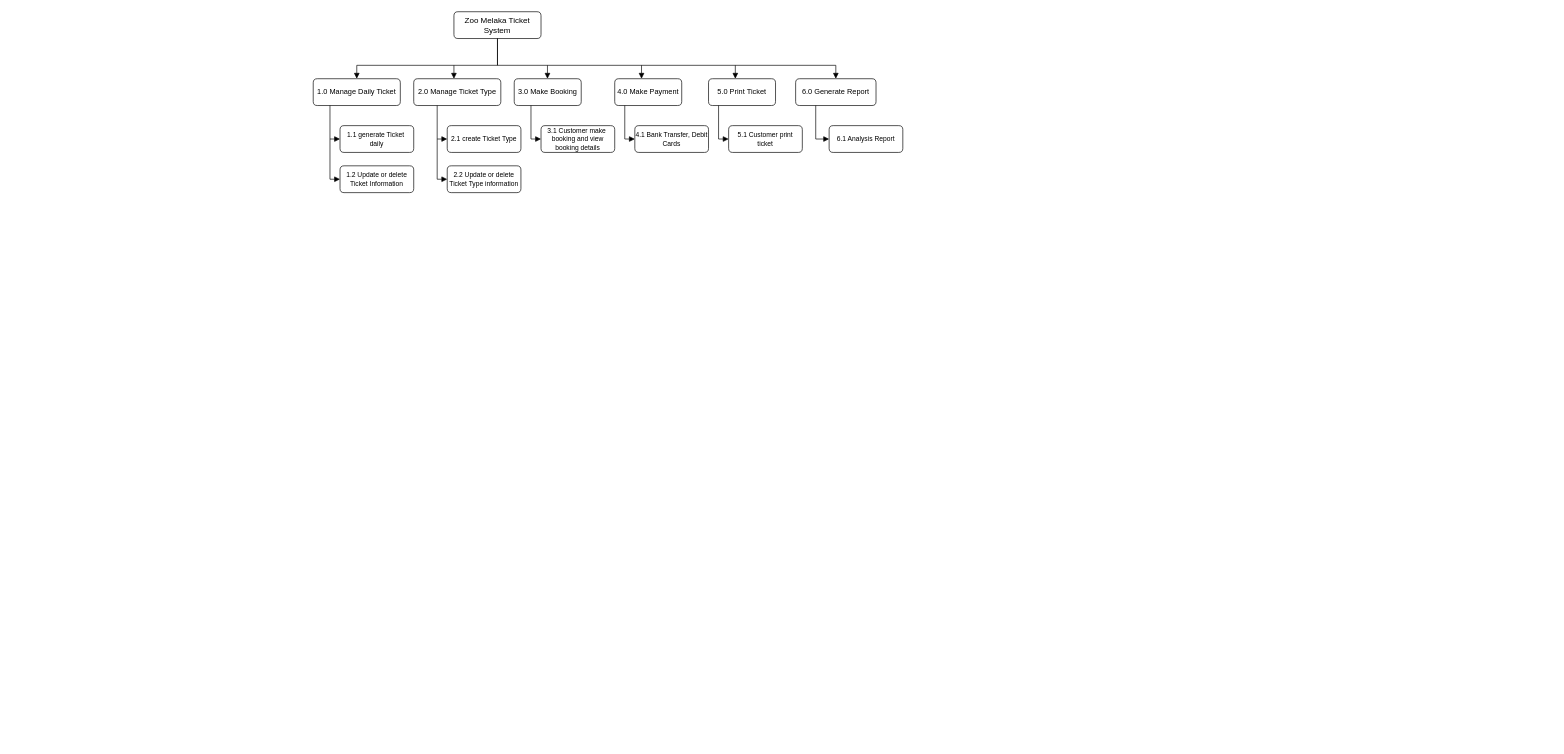
Above: dfdl0.drawio in nurezzajeslin/Exercise-1 (draw.io), before the change. Source tidied: cells renumbered, new cells numbered last; positions are measured from the earlier drawing's top-left corner, leaving out a move shared by most shapes. Both pictures are drawn from the tidied source at 67%, with x=0, y=0 at pixel (313, 11).
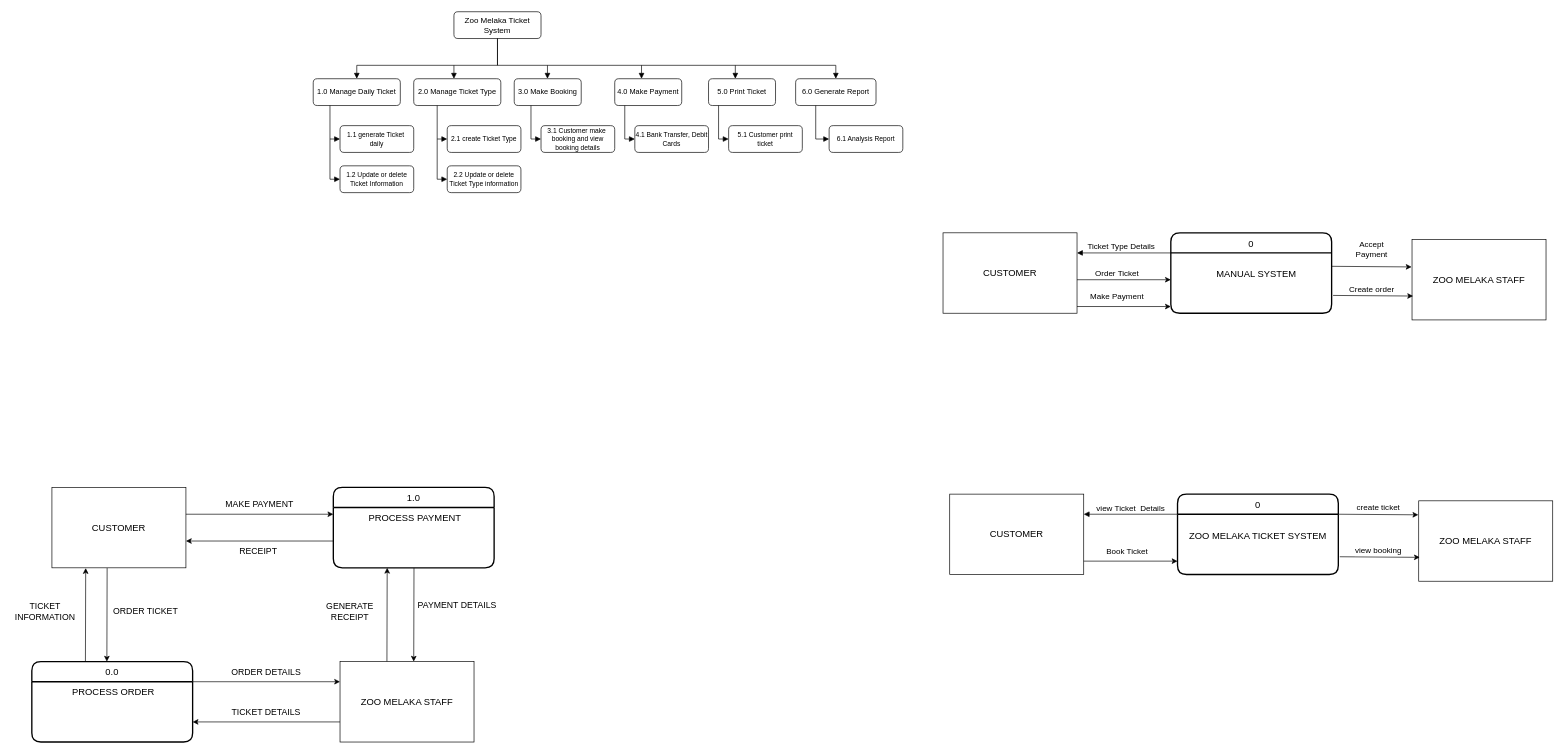
The same page after the edit.

What changed in the source:
```diff
@@
+    <mxCell id="31" value="0" style="swimlane;horizontal=1;startSize=30;rounded=1;fontSize=14;fontStyle=0;strokeWidth=2;shadow=0;dashed=0;align=center;labelBackgroundColor=#FFFFFF;" parent="1" vertex="1">
+      <mxGeometry x="1280" y="330" width="240" height="120" as="geometry" />
+    </mxCell>
+    <mxCell id="32" value="&#10;                MANUAL SYSTEM " style="align=left;strokeColor=none;fillColor=none;spacingLeft=4;fontSize=14;verticalAlign=top;rounded=1;labelBackgroundColor=#FFFFFF;" parent="31" vertex="1">
+      <mxGeometry y="30" width="240" height="90" as="geometry" />
+    </mxCell>
+    <mxCell id="33" value="CUSTOMER" style="rounded=0;whiteSpace=wrap;html=1;labelBackgroundColor=#FFFFFF;fontSize=14;" parent="1" vertex="1">
+      <mxGeometry x="940" y="330" width="200" height="120" as="geometry" />
+    </mxCell>
+    <mxCell id="34" value="ZOO MELAKA STAFF" style="rounded=0;whiteSpace=wrap;html=1;labelBackgroundColor=#FFFFFF;fontSize=14;" parent="1" vertex="1">
+      <mxGeometry x="1640" y="340" width="200" height="120" as="geometry" />
+    </mxCell>
+    <mxCell id="35" style="endArrow=classic;html=1;rounded=0;fontSize=14;entryX=0.008;entryY=0.703;entryDx=0;entryDy=0;entryPerimeter=0;exitX=1.009;exitY=0.705;exitDx=0;exitDy=0;exitPerimeter=0;" parent="1" edge="1" source="32" target="34">
+      <mxGeometry relative="1" as="geometry" />
+    </mxCell>
+    <mxCell id="36" value="&lt;font style=&quot;font-size: 12px&quot;&gt;Order Ticket&lt;/font&gt;" style="text;html=1;strokeColor=none;fillColor=none;align=center;verticalAlign=middle;whiteSpace=wrap;rounded=0;labelBackgroundColor=#FFFFFF;fontSize=14;" parent="1" vertex="1">
+      <mxGeometry x="1150" y="385" width="100" height="10" as="geometry" />
+    </mxCell>
+    <mxCell id="37" value="Ticket Type Details" style="text;strokeColor=none;fillColor=none;align=left;verticalAlign=middle;spacingLeft=4;spacingRight=4;overflow=hidden;rounded=1;labelBackgroundColor=#FFFFFF;fontSize=12;" parent="1" vertex="1">
+      <mxGeometry x="1150" y="340" width="120" height="20" as="geometry" />
+    </mxCell>
+    <mxCell id="38" style="endArrow=classic;html=1;rounded=0;fontSize=14;entryX=0;entryY=0.889;entryDx=0;entryDy=0;entryPerimeter=0;" parent="1" edge="1" target="32">
+      <mxGeometry relative="1" as="geometry">
+        <mxPoint x="1140" y="440" as="sourcePoint" />
+      </mxGeometry>
+    </mxCell>
+    <mxCell id="39" style="endArrow=classic;html=1;rounded=0;fontSize=14;entryX=0;entryY=0.611;entryDx=0;entryDy=0;entryPerimeter=0;" parent="1" edge="1">
+      <mxGeometry relative="1" as="geometry">
+        <mxPoint x="1140" y="400" as="sourcePoint" />
+        <mxPoint x="1280" y="400" as="targetPoint" />
+      </mxGeometry>
+    </mxCell>
+    <mxCell id="40" style="endArrow=none;html=1;rounded=0;fontSize=14;entryX=0;entryY=0.611;entryDx=0;entryDy=0;entryPerimeter=0;endFill=0;startArrow=block;startFill=1;" parent="1" edge="1">
+      <mxGeometry relative="1" as="geometry">
+        <mxPoint x="1140" y="360" as="sourcePoint" />
+        <mxPoint x="1280" y="360" as="targetPoint" />
+      </mxGeometry>
+    </mxCell>
+    <mxCell id="41" value="&lt;font style=&quot;font-size: 12px&quot;&gt;Make Payment&lt;/font&gt;" style="text;html=1;strokeColor=none;fillColor=none;align=center;verticalAlign=middle;whiteSpace=wrap;rounded=0;labelBackgroundColor=#FFFFFF;fontSize=14;" parent="1" vertex="1">
+      <mxGeometry x="1150" y="420" width="100" height="10" as="geometry" />
+    </mxCell>
+    <mxCell id="42" value="Create order" style="text;html=1;strokeColor=none;fillColor=none;align=center;verticalAlign=middle;whiteSpace=wrap;rounded=0;labelBackgroundColor=#FFFFFF;fontSize=12;" parent="1" vertex="1">
+      <mxGeometry x="1540" y="400" width="80" height="30" as="geometry" />
+    </mxCell>
+    <mxCell id="43" value="Accept Payment" style="text;html=1;strokeColor=none;fillColor=none;align=center;verticalAlign=middle;whiteSpace=wrap;rounded=0;labelBackgroundColor=#FFFFFF;fontSize=12;" parent="1" vertex="1">
+      <mxGeometry x="1540" y="340" width="80" height="30" as="geometry" />
+    </mxCell>
+    <mxCell id="44" style="endArrow=classic;html=1;rounded=0;fontSize=14;entryX=0.008;entryY=0.703;entryDx=0;entryDy=0;entryPerimeter=0;exitX=1.009;exitY=0.705;exitDx=0;exitDy=0;exitPerimeter=0;" parent="1" edge="1">
+      <mxGeometry relative="1" as="geometry">
+        <mxPoint x="1520" y="380" as="sourcePoint" />
+        <mxPoint x="1639.4" y="380.9" as="targetPoint" />
+      </mxGeometry>
+    </mxCell>
+    <mxCell id="45" value="0.0" style="swimlane;horizontal=1;startSize=30;rounded=1;fontSize=14;fontStyle=0;strokeWidth=2;shadow=0;dashed=0;align=center;labelBackgroundColor=#FFFFFF;" parent="1" vertex="1">
+      <mxGeometry x="-420" y="970" width="240" height="120" as="geometry" />
+    </mxCell>
+    <mxCell id="46" value="PROCESS ORDER" style="align=center;strokeColor=none;fillColor=none;spacingLeft=4;fontSize=14;verticalAlign=top;rounded=1;labelBackgroundColor=#FFFFFF;" parent="45" vertex="1">
+      <mxGeometry y="30" width="240" height="90" as="geometry" />
+    </mxCell>
+    <mxCell id="47" value="CUSTOMER" style="rounded=0;whiteSpace=wrap;html=1;labelBackgroundColor=#FFFFFF;fontSize=14;" parent="1" vertex="1">
+      <mxGeometry x="-390" y="710" width="200" height="120" as="geometry" />
+    </mxCell>
+    <mxCell id="48" value="ZOO MELAKA STAFF" style="rounded=0;whiteSpace=wrap;html=1;labelBackgroundColor=#FFFFFF;fontSize=14;" parent="1" vertex="1">
+      <mxGeometry x="40" y="970" width="200" height="120" as="geometry" />
+    </mxCell>
+    <mxCell id="49" style="endArrow=classic;html=1;rounded=0;fontSize=14;" parent="1" edge="1">
+      <mxGeometry relative="1" as="geometry">
+        <mxPoint x="-180" y="1000" as="sourcePoint" />
+        <mxPoint x="40" y="1000" as="targetPoint" />
+      </mxGeometry>
+    </mxCell>
+    <mxCell id="50" value="&lt;font style=&quot;font-size: 13px&quot;&gt;ORDER DETAILS&lt;/font&gt;" style="text;html=1;strokeColor=none;fillColor=none;align=center;verticalAlign=middle;whiteSpace=wrap;rounded=0;labelBackgroundColor=#FFFFFF;fontSize=14;" parent="1" vertex="1">
+      <mxGeometry x="-130" y="980" width="120" height="10" as="geometry" />
+    </mxCell>
+    <mxCell id="51" value="1.0" style="swimlane;horizontal=1;startSize=30;rounded=1;fontSize=14;fontStyle=0;strokeWidth=2;shadow=0;dashed=0;align=center;labelBackgroundColor=#FFFFFF;" parent="1" vertex="1">
+      <mxGeometry x="30" y="710" width="240" height="120" as="geometry" />
+    </mxCell>
+    <mxCell id="52" value="PROCESS PAYMENT" style="align=center;strokeColor=none;fillColor=none;spacingLeft=4;fontSize=14;verticalAlign=top;rounded=1;labelBackgroundColor=#FFFFFF;" parent="51" vertex="1">
+      <mxGeometry y="30" width="240" height="90" as="geometry" />
+    </mxCell>
+    <mxCell id="53" style="endArrow=classic;html=1;rounded=0;fontSize=14;exitX=0.412;exitY=1.003;exitDx=0;exitDy=0;exitPerimeter=0;" parent="1" edge="1" source="47">
+      <mxGeometry relative="1" as="geometry">
+        <mxPoint x="-308" y="970" as="targetPoint" />
+      </mxGeometry>
+    </mxCell>
+    <mxCell id="54" style="endArrow=classic;html=1;rounded=0;fontSize=14;" parent="1" edge="1">
+      <mxGeometry relative="1" as="geometry">
+        <mxPoint x="-190" y="750" as="sourcePoint" />
+        <mxPoint x="30" y="750" as="targetPoint" />
+      </mxGeometry>
+    </mxCell>
+    <mxCell id="55" style="endArrow=classic;html=1;rounded=0;fontSize=14;exitX=0.412;exitY=1.003;exitDx=0;exitDy=0;exitPerimeter=0;" parent="1" edge="1">
+      <mxGeometry relative="1" as="geometry">
+        <mxPoint x="150.4" y="830.4" as="sourcePoint" />
+        <mxPoint x="150" y="970" as="targetPoint" />
+      </mxGeometry>
+    </mxCell>
+    <mxCell id="56" value="&lt;span style=&quot;font-size: 13px&quot;&gt;ORDER TICKET&lt;/span&gt;" style="text;html=1;strokeColor=none;fillColor=none;align=center;verticalAlign=middle;whiteSpace=wrap;rounded=0;labelBackgroundColor=#FFFFFF;fontSize=14;" parent="1" vertex="1">
+      <mxGeometry x="-300" y="890" width="100" height="10" as="geometry" />
+    </mxCell>
+    <mxCell id="57" value="&lt;span style=&quot;font-size: 13px&quot;&gt;MAKE PAYMENT&lt;/span&gt;" style="text;html=1;strokeColor=none;fillColor=none;align=center;verticalAlign=middle;whiteSpace=wrap;rounded=0;labelBackgroundColor=#FFFFFF;fontSize=14;" parent="1" vertex="1">
+      <mxGeometry x="-140" y="730" width="120" height="10" as="geometry" />
+    </mxCell>
+    <mxCell id="58" value="&lt;span style=&quot;font-size: 13px&quot;&gt;PAYMENT DETAILS&lt;/span&gt;" style="text;html=1;strokeColor=none;fillColor=none;align=center;verticalAlign=middle;whiteSpace=wrap;rounded=0;labelBackgroundColor=#FFFFFF;fontSize=14;" parent="1" vertex="1">
+      <mxGeometry x="150" y="880" width="130" height="10" as="geometry" />
+    </mxCell>
+    <mxCell id="59" style="endArrow=none;html=1;rounded=0;fontSize=14;exitX=0.412;exitY=1.003;exitDx=0;exitDy=0;exitPerimeter=0;endFill=0;startArrow=classic;startFill=1;" parent="1" edge="1">
+      <mxGeometry relative="1" as="geometry">
+        <mxPoint x="110.4" y="830" as="sourcePoint" />
+        <mxPoint x="110" y="969.6" as="targetPoint" />
+      </mxGeometry>
+    </mxCell>
+    <mxCell id="60" style="edgeStyle=orthogonalEdgeStyle;rounded=0;jettySize=auto;html=1;exitX=0.75;exitY=1;exitDx=0;exitDy=0;fontSize=13;startArrow=classic;startFill=1;endArrow=none;endFill=0;" parent="1" edge="1" source="61">
+      <mxGeometry relative="1" as="geometry">
+        <mxPoint x="70" y="900" as="targetPoint" />
+      </mxGeometry>
+    </mxCell>
+    <mxCell id="61" value="&lt;span style=&quot;font-size: 13px&quot;&gt;GENERATE RECEIPT&lt;/span&gt;" style="text;html=1;strokeColor=none;fillColor=none;align=center;verticalAlign=middle;whiteSpace=wrap;rounded=0;labelBackgroundColor=#FFFFFF;fontSize=14;" parent="1" vertex="1">
+      <mxGeometry x="10" y="890" width="90" height="10" as="geometry" />
+    </mxCell>
+    <mxCell id="62" style="endArrow=none;html=1;rounded=0;fontSize=14;startArrow=classic;startFill=1;endFill=0;" parent="1" edge="1">
+      <mxGeometry relative="1" as="geometry">
+        <mxPoint x="-190" y="790" as="sourcePoint" />
+        <mxPoint x="30" y="790" as="targetPoint" />
+      </mxGeometry>
+    </mxCell>
+    <mxCell id="63" value="&lt;span style=&quot;font-size: 13px&quot;&gt;RECEIPT&amp;nbsp;&lt;/span&gt;" style="text;html=1;strokeColor=none;fillColor=none;align=center;verticalAlign=middle;whiteSpace=wrap;rounded=0;labelBackgroundColor=#FFFFFF;fontSize=14;" parent="1" vertex="1">
+      <mxGeometry x="-140" y="800" width="120" height="10" as="geometry" />
+    </mxCell>
+    <mxCell id="64" style="endArrow=none;html=1;rounded=0;fontSize=14;endFill=0;startArrow=classic;startFill=1;" parent="1" edge="1">
+      <mxGeometry relative="1" as="geometry">
+        <mxPoint x="-180" y="1060" as="sourcePoint" />
+        <mxPoint x="40" y="1060" as="targetPoint" />
+      </mxGeometry>
+    </mxCell>
+    <mxCell id="65" value="&lt;font style=&quot;font-size: 13px&quot;&gt;TICKET DETAILS&lt;/font&gt;" style="text;html=1;strokeColor=none;fillColor=none;align=center;verticalAlign=middle;whiteSpace=wrap;rounded=0;labelBackgroundColor=#FFFFFF;fontSize=14;" parent="1" vertex="1">
+      <mxGeometry x="-130" y="1040" width="120" height="10" as="geometry" />
+    </mxCell>
+    <mxCell id="66" style="endArrow=none;html=1;rounded=0;fontSize=14;exitX=0.412;exitY=1.003;exitDx=0;exitDy=0;exitPerimeter=0;endFill=0;startArrow=classic;startFill=1;" parent="1" edge="1">
+      <mxGeometry relative="1" as="geometry">
+        <mxPoint x="-339.6" y="830.4" as="sourcePoint" />
+        <mxPoint x="-340" y="970" as="targetPoint" />
+      </mxGeometry>
+    </mxCell>
+    <mxCell id="67" value="&lt;span style=&quot;font-size: 13px&quot;&gt;TICKET INFORMATION&lt;/span&gt;" style="text;html=1;strokeColor=none;fillColor=none;align=center;verticalAlign=middle;whiteSpace=wrap;rounded=0;labelBackgroundColor=#FFFFFF;fontSize=14;" parent="1" vertex="1">
+      <mxGeometry x="-450" y="890" width="100" height="10" as="geometry" />
+    </mxCell>
+    <mxCell id="68" value="0" style="swimlane;horizontal=1;startSize=30;rounded=1;fontSize=14;fontStyle=0;strokeWidth=2;shadow=0;dashed=0;align=center;labelBackgroundColor=#FFFFFF;" parent="1" vertex="1">
+      <mxGeometry x="1290" y="720" width="240" height="120" as="geometry" />
+    </mxCell>
+    <mxCell id="69" value="&#10;   ZOO MELAKA TICKET SYSTEM " style="align=left;strokeColor=none;fillColor=none;spacingLeft=4;fontSize=14;verticalAlign=top;rounded=1;labelBackgroundColor=#FFFFFF;" parent="68" vertex="1">
+      <mxGeometry y="30" width="240" height="90" as="geometry" />
+    </mxCell>
+    <mxCell id="70" value="CUSTOMER" style="rounded=0;whiteSpace=wrap;html=1;labelBackgroundColor=#FFFFFF;fontSize=14;" parent="1" vertex="1">
+      <mxGeometry x="950" y="720" width="200" height="120" as="geometry" />
+    </mxCell>
+    <mxCell id="71" value="ZOO MELAKA STAFF" style="rounded=0;whiteSpace=wrap;html=1;labelBackgroundColor=#FFFFFF;fontSize=14;" parent="1" vertex="1">
+      <mxGeometry x="1650" y="730" width="200" height="120" as="geometry" />
+    </mxCell>
+    <mxCell id="72" style="endArrow=classic;html=1;rounded=0;fontSize=14;entryX=0.008;entryY=0.703;entryDx=0;entryDy=0;entryPerimeter=0;exitX=1.009;exitY=0.705;exitDx=0;exitDy=0;exitPerimeter=0;" parent="1" edge="1" source="69" target="71">
+      <mxGeometry relative="1" as="geometry" />
+    </mxCell>
+    <mxCell id="73" value="&lt;font style=&quot;font-size: 12px&quot;&gt;Book Ticket&lt;/font&gt;" style="text;html=1;strokeColor=none;fillColor=none;align=center;verticalAlign=middle;whiteSpace=wrap;rounded=0;labelBackgroundColor=#FFFFFF;fontSize=14;" parent="1" vertex="1">
+      <mxGeometry x="1165" y="800" width="100" height="10" as="geometry" />
+    </mxCell>
+    <mxCell id="74" value=" view Ticket  Details" style="text;strokeColor=none;fillColor=none;align=left;verticalAlign=middle;spacingLeft=4;spacingRight=4;overflow=hidden;rounded=1;labelBackgroundColor=#FFFFFF;fontSize=12;" parent="1" vertex="1">
+      <mxGeometry x="1160" y="730" width="120" height="20" as="geometry" />
+    </mxCell>
+    <mxCell id="75" style="endArrow=classic;html=1;rounded=0;fontSize=14;entryX=0;entryY=0.611;entryDx=0;entryDy=0;entryPerimeter=0;" parent="1" edge="1">
+      <mxGeometry relative="1" as="geometry">
+        <mxPoint x="1150" y="820" as="sourcePoint" />
+        <mxPoint x="1290" y="820" as="targetPoint" />
+      </mxGeometry>
+    </mxCell>
+    <mxCell id="76" style="endArrow=none;html=1;rounded=0;fontSize=14;entryX=0;entryY=0.611;entryDx=0;entryDy=0;entryPerimeter=0;endFill=0;startArrow=block;startFill=1;" parent="1" edge="1">
+      <mxGeometry relative="1" as="geometry">
+        <mxPoint x="1150" y="750" as="sourcePoint" />
+        <mxPoint x="1290" y="750" as="targetPoint" />
+      </mxGeometry>
+    </mxCell>
+    <mxCell id="77" value="view booking" style="text;html=1;strokeColor=none;fillColor=none;align=center;verticalAlign=middle;whiteSpace=wrap;rounded=0;labelBackgroundColor=#FFFFFF;fontSize=12;" parent="1" vertex="1">
+      <mxGeometry x="1550" y="790" width="80" height="30" as="geometry" />
+    </mxCell>
+    <mxCell id="78" value="create ticket" style="text;html=1;strokeColor=none;fillColor=none;align=center;verticalAlign=middle;whiteSpace=wrap;rounded=0;labelBackgroundColor=#FFFFFF;fontSize=12;" parent="1" vertex="1">
+      <mxGeometry x="1550" y="725" width="80" height="30" as="geometry" />
+    </mxCell>
+    <mxCell id="79" style="endArrow=classic;html=1;rounded=0;fontSize=14;entryX=0.008;entryY=0.703;entryDx=0;entryDy=0;entryPerimeter=0;exitX=1.009;exitY=0.705;exitDx=0;exitDy=0;exitPerimeter=0;" parent="1" edge="1">
+      <mxGeometry relative="1" as="geometry">
+        <mxPoint x="1530" y="750" as="sourcePoint" />
+        <mxPoint x="1649.4" y="750.9" as="targetPoint" />
+      </mxGeometry>
+    </mxCell>
```
